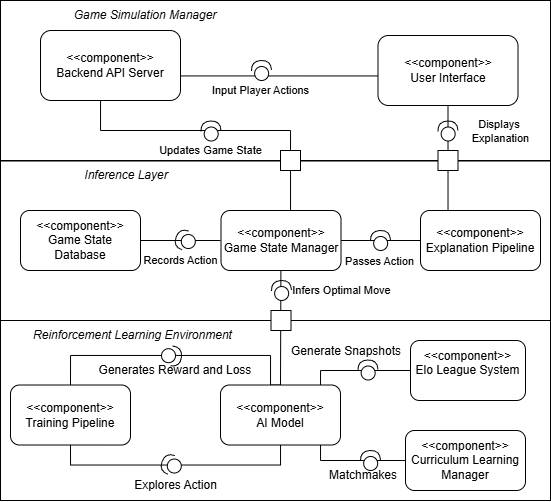
Before: docs/HazardAnalysis/Component_Diagram_final.png, a diagram exported from draw.io (AlgoCatan/RLCatan). Source tidied: cells renumbered, new cells last; positions are measured from the earlier drawing's top-left corner, leaving out a move shared by most shapes. Source of this version:
```xml
<mxGraphModel>
  <root>
    <mxCell id="0" />
    <mxCell id="1" parent="0" />
    <mxCell id="2" style="rounded=0;whiteSpace=wrap;html=1;" parent="1" vertex="1">
      <mxGeometry y="260.5" width="550" height="160" as="geometry" />
    </mxCell>
    <mxCell id="3" style="rounded=0;whiteSpace=wrap;html=1;" parent="1" vertex="1">
      <mxGeometry y="100" width="550" height="160" as="geometry" />
    </mxCell>
    <mxCell id="4" style="edgeStyle=orthogonalEdgeStyle;rounded=0;jettySize=auto;html=1;startArrow=none;startFill=0;endArrow=none;endFill=0;exitX=0.414;exitY=0.957;exitDx=0;exitDy=0;exitPerimeter=0;" parent="1" edge="1" source="33">
      <mxGeometry relative="1" as="geometry">
        <mxPoint x="305" y="310" as="targetPoint" />
        <Array as="points">
          <mxPoint x="100" y="197" />
          <mxPoint x="100" y="230" />
          <mxPoint x="290" y="230" />
          <mxPoint x="290" y="310" />
        </Array>
      </mxGeometry>
    </mxCell>
    <mxCell id="5" value="Updates Game State" style="edgeLabel;html=1;align=center;verticalAlign=middle;" parent="4" vertex="1">
      <mxGeometry x="-0.28" y="3" relative="1" as="geometry">
        <mxPoint x="30" y="23" as="offset" />
      </mxGeometry>
    </mxCell>
    <mxCell id="6" value="&lt;div&gt;&lt;div&gt;&amp;lt;&amp;lt;component&amp;gt;&amp;gt;&lt;/div&gt;&lt;/div&gt;Game State Database" style="rounded=1;whiteSpace=wrap;html=1;" parent="1" vertex="1">
      <mxGeometry x="20" y="310" width="120" height="60" as="geometry" />
    </mxCell>
    <mxCell id="7" style="edgeStyle=orthogonalEdgeStyle;rounded=0;jettySize=auto;html=1;exitX=0.5;exitY=1;exitDx=0;exitDy=0;entryX=0.5;entryY=1;entryDx=0;entryDy=0;endArrow=none;endFill=0;" parent="1" edge="1" source="10">
      <mxGeometry relative="1" as="geometry">
        <mxPoint x="305" y="370" as="targetPoint" />
      </mxGeometry>
    </mxCell>
    <mxCell id="8" style="edgeStyle=none;curved=1;rounded=0;jettySize=auto;html=1;exitX=1;exitY=0.5;exitDx=0;exitDy=0;entryX=0;entryY=0.5;entryDx=0;entryDy=0;fontSize=12;startSize=8;endSize=8;endArrow=none;endFill=0;" parent="1" edge="1" source="10" target="41">
      <mxGeometry relative="1" as="geometry" />
    </mxCell>
    <mxCell id="9" style="edgeStyle=none;curved=1;rounded=0;jettySize=auto;html=1;fontSize=12;startSize=8;endSize=8;" parent="1" edge="1" source="53" target="27">
      <mxGeometry relative="1" as="geometry" />
    </mxCell>
    <mxCell id="10" value="&lt;div&gt;&lt;div&gt;&amp;lt;&amp;lt;component&amp;gt;&amp;gt;&lt;/div&gt;&lt;/div&gt;Game State Manager" style="rounded=1;whiteSpace=wrap;html=1;" parent="1" vertex="1">
      <mxGeometry x="220.5" y="310" width="120" height="60" as="geometry" />
    </mxCell>
    <mxCell id="11" style="edgeStyle=orthogonalEdgeStyle;rounded=0;jettySize=auto;html=1;entryX=1;entryY=0.5;entryDx=0;entryDy=0;endArrow=none;endFill=0;" parent="1" edge="1" target="6">
      <mxGeometry relative="1" as="geometry">
        <mxPoint x="220" y="340" as="sourcePoint" />
      </mxGeometry>
    </mxCell>
    <mxCell id="12" value="Records Action" style="edgeLabel;html=1;align=center;verticalAlign=middle;" parent="11" vertex="1">
      <mxGeometry x="0.1" y="-2" relative="1" as="geometry">
        <mxPoint x="4" y="22" as="offset" />
      </mxGeometry>
    </mxCell>
    <mxCell id="13" style="edgeStyle=orthogonalEdgeStyle;rounded=0;orthogonalLoop=1;jettySize=auto;html=1;exitX=0;exitY=0.75;exitDx=0;exitDy=0;entryX=1;entryY=0.75;entryDx=0;entryDy=0;endArrow=none;endFill=0;" parent="1" edge="1">
      <mxGeometry relative="1" as="geometry">
        <mxPoint x="410" y="175.4" as="sourcePoint" />
        <mxPoint x="180" y="175.4" as="targetPoint" />
      </mxGeometry>
    </mxCell>
    <mxCell id="14" value="&lt;div&gt;&lt;div&gt;&amp;lt;&amp;lt;component&amp;gt;&amp;gt;&lt;/div&gt;&lt;/div&gt;User Interface" style="rounded=1;whiteSpace=wrap;html=1;" parent="1" vertex="1">
      <mxGeometry x="377.5" y="135" width="140" height="70" as="geometry" />
    </mxCell>
    <mxCell id="15" value="&lt;i&gt;Game Simulation Manager&lt;/i&gt;" style="text;html=1;align=center;verticalAlign=middle;whiteSpace=wrap;rounded=0;" parent="1" vertex="1">
      <mxGeometry x="70" y="100" width="150" height="30" as="geometry" />
    </mxCell>
    <mxCell id="16" value="&lt;i&gt;Inference Layer&lt;/i&gt;" style="text;html=1;align=center;verticalAlign=middle;whiteSpace=wrap;rounded=0;" parent="1" vertex="1">
      <mxGeometry x="50.5" y="260" width="150" height="30" as="geometry" />
    </mxCell>
    <mxCell id="17" style="whiteSpace=wrap;html=1;" parent="1" vertex="1">
      <mxGeometry x="280" y="250" width="20" height="20" as="geometry" />
    </mxCell>
    <mxCell id="18" style="shape=providedRequiredInterface;html=1;verticalLabelPosition=bottom;sketch=0;rotation=-160;" parent="1" vertex="1">
      <mxGeometry x="175" y="330" width="20" height="20" as="geometry" />
    </mxCell>
    <mxCell id="19" style="shape=providedRequiredInterface;html=1;verticalLabelPosition=bottom;sketch=0;rotation=-93;" parent="1" vertex="1">
      <mxGeometry x="251" y="160" width="20" height="20" as="geometry" />
    </mxCell>
    <mxCell id="20" style="rounded=0;whiteSpace=wrap;html=1;" parent="1" vertex="1">
      <mxGeometry y="420" width="550" height="180" as="geometry" />
    </mxCell>
    <mxCell id="21" value="Reinforcement Learning Environment" style="text;html=1;align=center;verticalAlign=middle;whiteSpace=wrap;rounded=0;fontStyle=2;" parent="1" vertex="1">
      <mxGeometry x="20" y="420" width="225" height="30" as="geometry" />
    </mxCell>
    <mxCell id="22" style="edgeStyle=orthogonalEdgeStyle;rounded=0;jettySize=auto;html=1;exitX=0.5;exitY=0;exitDx=0;exitDy=0;entryX=0.5;entryY=0;entryDx=0;entryDy=0;endArrow=none;endFill=0;" parent="1" edge="1" source="23" target="27">
      <mxGeometry relative="1" as="geometry">
        <Array as="points">
          <mxPoint x="70" y="455" />
          <mxPoint x="270" y="455" />
          <mxPoint x="270" y="485" />
        </Array>
      </mxGeometry>
    </mxCell>
    <mxCell id="23" value="&lt;div&gt;&lt;div&gt;&amp;lt;&amp;lt;component&amp;gt;&amp;gt;&lt;/div&gt;&lt;/div&gt;&lt;div&gt;Training Pipeline&lt;/div&gt;" style="rounded=1;whiteSpace=wrap;html=1;" parent="1" vertex="1">
      <mxGeometry x="10" y="484.5" width="120" height="60" as="geometry" />
    </mxCell>
    <mxCell id="24" style="edgeStyle=orthogonalEdgeStyle;rounded=0;jettySize=auto;html=1;entryX=0.5;entryY=1;entryDx=0;entryDy=0;endArrow=none;endFill=0;" parent="1" edge="1" source="27" target="23">
      <mxGeometry relative="1" as="geometry">
        <Array as="points">
          <mxPoint x="280" y="564.5" />
          <mxPoint x="70" y="564.5" />
        </Array>
      </mxGeometry>
    </mxCell>
    <mxCell id="25" style="edgeStyle=orthogonalEdgeStyle;rounded=0;jettySize=auto;html=1;entryX=0;entryY=0.5;entryDx=0;entryDy=0;fontSize=12;startSize=8;endSize=8;endArrow=none;endFill=0;" parent="1" edge="1" source="27" target="37">
      <mxGeometry relative="1" as="geometry">
        <Array as="points">
          <mxPoint x="320" y="470" />
        </Array>
      </mxGeometry>
    </mxCell>
    <mxCell id="26" style="edgeStyle=orthogonalEdgeStyle;rounded=0;jettySize=auto;html=1;exitX=1;exitY=0.75;exitDx=0;exitDy=0;entryX=0;entryY=0.5;entryDx=0;entryDy=0;fontSize=12;startSize=8;endSize=8;endArrow=none;endFill=0;" parent="1" edge="1" source="27" target="38">
      <mxGeometry relative="1" as="geometry">
        <Array as="points">
          <mxPoint x="320" y="530" />
          <mxPoint x="320" y="560" />
        </Array>
      </mxGeometry>
    </mxCell>
    <mxCell id="27" value="&lt;div&gt;&lt;div&gt;&amp;lt;&amp;lt;component&amp;gt;&amp;gt;&lt;/div&gt;&lt;/div&gt;AI Model" style="rounded=1;whiteSpace=wrap;html=1;" parent="1" vertex="1">
      <mxGeometry x="220" y="484.5" width="120" height="60" as="geometry" />
    </mxCell>
    <mxCell id="28" style="edgeStyle=orthogonalEdgeStyle;rounded=0;jettySize=auto;html=1;exitX=1;exitY=0.5;exitDx=0;exitDy=0;endArrow=none;endFill=0;" parent="1" edge="1" target="x">
      <mxGeometry relative="1" as="geometry">
        <mxPoint x="160.5" as="sourcePoint" />
      </mxGeometry>
    </mxCell>
    <mxCell id="29" style="shape=providedRequiredInterface;html=1;verticalLabelPosition=bottom;sketch=0;rotation=-84;direction=south;" parent="1" vertex="1">
      <mxGeometry x="161" y="445.5" width="20" height="20" as="geometry" />
    </mxCell>
    <mxCell id="30" style="shape=providedRequiredInterface;html=1;verticalLabelPosition=bottom;sketch=0;rotation=-160;" parent="1" vertex="1">
      <mxGeometry x="161" y="554.5" width="20" height="20" as="geometry" />
    </mxCell>
    <mxCell id="31" value="Generates Reward and Loss" style="text;html=1;align=center;verticalAlign=middle;whiteSpace=wrap;rounded=0;" parent="1" vertex="1">
      <mxGeometry x="80" y="454.5" width="190" height="30" as="geometry" />
    </mxCell>
    <mxCell id="32" value="Explores Action" style="text;html=1;align=center;verticalAlign=middle;whiteSpace=wrap;rounded=0;" parent="1" vertex="1">
      <mxGeometry x="117.5" y="570" width="115" height="30" as="geometry" />
    </mxCell>
    <mxCell id="33" value="&lt;div&gt;&lt;div&gt;&amp;lt;&amp;lt;component&amp;gt;&amp;gt;&lt;/div&gt;&lt;/div&gt;Backend API Server" style="rounded=1;whiteSpace=wrap;html=1;" parent="1" vertex="1">
      <mxGeometry x="40" y="130" width="140" height="70" as="geometry" />
    </mxCell>
    <mxCell id="34" value="Input Player Actions" style="edgeLabel;html=1;align=center;verticalAlign=middle;points=[];" parent="1" vertex="1">
      <mxGeometry x="260" y="190" as="geometry" />
    </mxCell>
    <mxCell id="35" style="edgeStyle=orthogonalEdgeStyle;rounded=0;orthogonalLoop=1;jettySize=auto;html=1;entryX=0;entryY=0;entryDx=0;entryDy=0;entryPerimeter=0;" parent="1" edge="1" source="34" target="34">
      <mxGeometry relative="1" as="geometry" />
    </mxCell>
    <mxCell id="36" style="shape=providedRequiredInterface;html=1;verticalLabelPosition=bottom;sketch=0;rotation=-93;" parent="1" vertex="1">
      <mxGeometry x="200.5" y="220.5" width="20" height="20" as="geometry" />
    </mxCell>
    <mxCell id="37" value="&lt;div&gt;&lt;div&gt;&amp;lt;&amp;lt;component&amp;gt;&amp;gt;&lt;/div&gt;&lt;/div&gt;Elo League System&lt;div&gt;&lt;br&gt;&lt;/div&gt;" style="rounded=1;whiteSpace=wrap;html=1;" parent="1" vertex="1">
      <mxGeometry x="410" y="440" width="115" height="60" as="geometry" />
    </mxCell>
    <mxCell id="38" value="&lt;div&gt;&lt;div&gt;&amp;lt;&amp;lt;component&amp;gt;&amp;gt;&lt;/div&gt;&lt;/div&gt;Curriculum Learning Manager" style="rounded=1;whiteSpace=wrap;html=1;" parent="1" vertex="1">
      <mxGeometry x="405" y="530" width="120" height="60" as="geometry" />
    </mxCell>
    <mxCell id="39" style="edgeStyle=orthogonalEdgeStyle;rounded=0;jettySize=auto;html=1;entryX=0.5;entryY=1;entryDx=0;entryDy=0;fontSize=12;startSize=8;endSize=8;endArrow=none;endFill=0;" parent="1" edge="1" source="41" target="14">
      <mxGeometry relative="1" as="geometry">
        <Array as="points">
          <mxPoint x="448" y="260" />
        </Array>
      </mxGeometry>
    </mxCell>
    <mxCell id="40" style="edgeStyle=none;curved=1;rounded=0;jettySize=auto;html=1;fontSize=12;startSize=8;endSize=8;endArrow=none;endFill=0;" parent="1" edge="1" source="47" target="10">
      <mxGeometry relative="1" as="geometry" />
    </mxCell>
    <mxCell id="41" value="&lt;div&gt;&lt;div&gt;&amp;lt;&amp;lt;component&amp;gt;&amp;gt;&lt;/div&gt;&lt;/div&gt;Explanation Pipeline" style="rounded=1;whiteSpace=wrap;html=1;" parent="1" vertex="1">
      <mxGeometry x="420" y="310" width="120" height="60" as="geometry" />
    </mxCell>
    <mxCell id="42" value="Passes Action" style="edgeLabel;html=1;align=center;verticalAlign=middle;" parent="1" vertex="1">
      <mxGeometry x="380" y="360" as="geometry">
        <mxPoint x="-1" y="1" as="offset" />
      </mxGeometry>
    </mxCell>
    <mxCell id="43" style="whiteSpace=wrap;html=1;" parent="1" vertex="1">
      <mxGeometry x="437.5" y="250" width="20" height="20" as="geometry" />
    </mxCell>
    <mxCell id="44" style="shape=providedRequiredInterface;html=1;verticalLabelPosition=bottom;sketch=0;rotation=-93;" parent="1" vertex="1">
      <mxGeometry x="437.5" y="220.5" width="20" height="20" as="geometry" />
    </mxCell>
    <mxCell id="45" value="Displays&amp;nbsp;&lt;div&gt;Explanation&lt;/div&gt;" style="edgeLabel;html=1;align=center;verticalAlign=middle;" parent="1" vertex="1">
      <mxGeometry x="500" y="230.5" as="geometry" />
    </mxCell>
    <mxCell id="46" style="edgeStyle=none;curved=1;rounded=0;jettySize=auto;html=1;fontSize=12;startSize=8;endSize=8;endArrow=none;endFill=0;" parent="1" edge="1" source="41" target="47">
      <mxGeometry relative="1" as="geometry" />
    </mxCell>
    <mxCell id="47" style="shape=providedRequiredInterface;html=1;verticalLabelPosition=bottom;sketch=0;rotation=-93;" parent="1" vertex="1">
      <mxGeometry x="370" y="330" width="20" height="20" as="geometry" />
    </mxCell>
    <mxCell id="48" value="Generate Snapshots" style="text;html=1;align=center;verticalAlign=middle;whiteSpace=wrap;rounded=0;" parent="1" vertex="1">
      <mxGeometry x="251" y="435.5" width="190" height="30" as="geometry" />
    </mxCell>
    <mxCell id="49" value="Matchmakes" style="text;html=1;align=center;verticalAlign=middle;whiteSpace=wrap;rounded=0;" parent="1" vertex="1">
      <mxGeometry x="267.5" y="560" width="190" height="30" as="geometry" />
    </mxCell>
    <mxCell id="50" style="shape=providedRequiredInterface;html=1;verticalLabelPosition=bottom;sketch=0;rotation=-93;" parent="1" vertex="1">
      <mxGeometry x="357.5" y="459.5" width="20" height="20" as="geometry" />
    </mxCell>
    <mxCell id="51" style="shape=providedRequiredInterface;html=1;verticalLabelPosition=bottom;sketch=0;rotation=-93;" parent="1" vertex="1">
      <mxGeometry x="360" y="550" width="20" height="20" as="geometry" />
    </mxCell>
    <mxCell id="52" style="edgeStyle=none;curved=1;rounded=0;jettySize=auto;html=1;fontSize=12;startSize=8;endSize=8;entryX=0.5;entryY=0;entryDx=0;entryDy=0;endArrow=none;endFill=0;" parent="1" edge="1" source="10" target="27">
      <mxGeometry relative="1" as="geometry" />
    </mxCell>
    <mxCell id="53" style="whiteSpace=wrap;html=1;" parent="1" vertex="1">
      <mxGeometry x="270.5" y="410" width="20" height="20" as="geometry" />
    </mxCell>
    <mxCell id="54" style="shape=providedRequiredInterface;html=1;verticalLabelPosition=bottom;sketch=0;rotation=-93;" parent="1" vertex="1">
      <mxGeometry x="271" y="380" width="20" height="20" as="geometry" />
    </mxCell>
    <mxCell id="55" value="Infers Optimal Move" style="edgeLabel;html=1;align=center;verticalAlign=middle;" parent="1" vertex="1">
      <mxGeometry x="340.5" y="390" as="geometry" />
    </mxCell>
  </root>
</mxGraphModel>
```
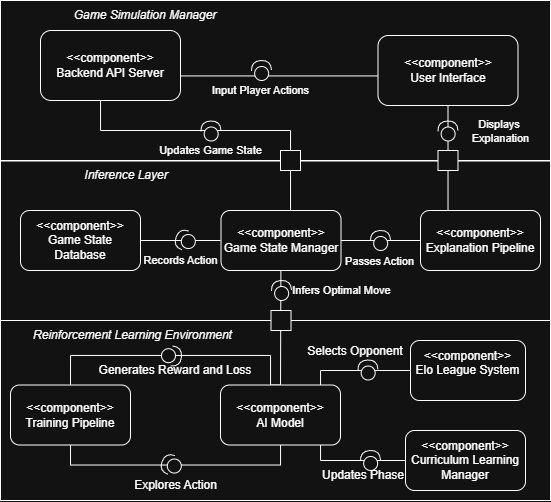
The same file after the commit.

Commit message:
updated component diagram

What changed in the source:
```diff
@@ -187,10 +187,10 @@
     <mxCell id="47" style="shape=providedRequiredInterface;html=1;verticalLabelPosition=bottom;sketch=0;rotation=-93;" parent="1" vertex="1">
       <mxGeometry x="370" y="330" width="20" height="20" as="geometry" />
     </mxCell>
-    <mxCell id="48" value="Generate Snapshots" style="text;html=1;align=center;verticalAlign=middle;whiteSpace=wrap;rounded=0;" parent="1" vertex="1">
-      <mxGeometry x="251" y="435.5" width="190" height="30" as="geometry" />
+    <mxCell id="48" value="Selects Opponent" style="text;html=1;align=center;verticalAlign=middle;whiteSpace=wrap;rounded=0;" parent="1" vertex="1">
+      <mxGeometry x="260" y="435.5" width="190" height="30" as="geometry" />
     </mxCell>
-    <mxCell id="49" value="Matchmakes" style="text;html=1;align=center;verticalAlign=middle;whiteSpace=wrap;rounded=0;" parent="1" vertex="1">
+    <mxCell id="49" value="Updates Phase" style="text;html=1;align=center;verticalAlign=middle;whiteSpace=wrap;rounded=0;" parent="1" vertex="1">
       <mxGeometry x="267.5" y="560" width="190" height="30" as="geometry" />
     </mxCell>
     <mxCell id="50" style="shape=providedRequiredInterface;html=1;verticalLabelPosition=bottom;sketch=0;rotation=-93;" parent="1" vertex="1">
```
